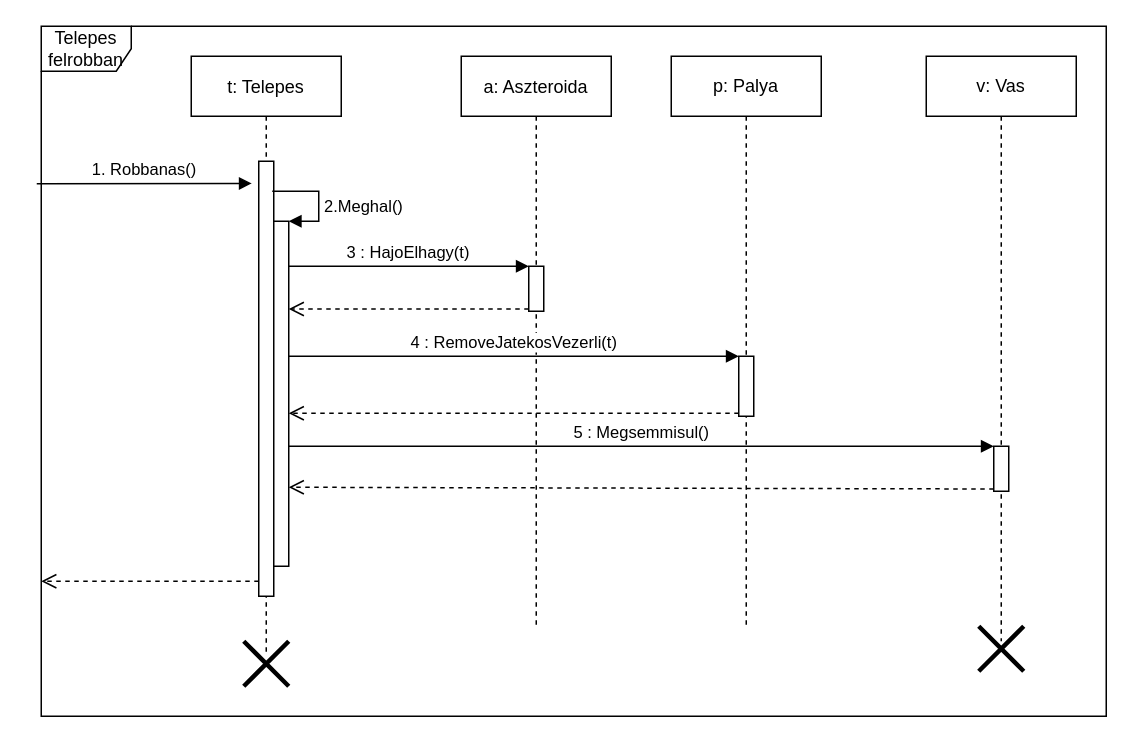
Before: page "telepes robban" (3 of 5) of doc/szekvencia/szek_UranLerak.drawio in torpeBoiGo/aszteroidabanyaszat, a draw.io diagram. Source tidied: cells renumbered, new cells numbered last; positions are measured from the earlier drawing's top-left corner, leaving out a move shared by most shapes. Both pictures are drawn from the tidied source at 150%, with x=0, y=0 at pixel (36, 26).
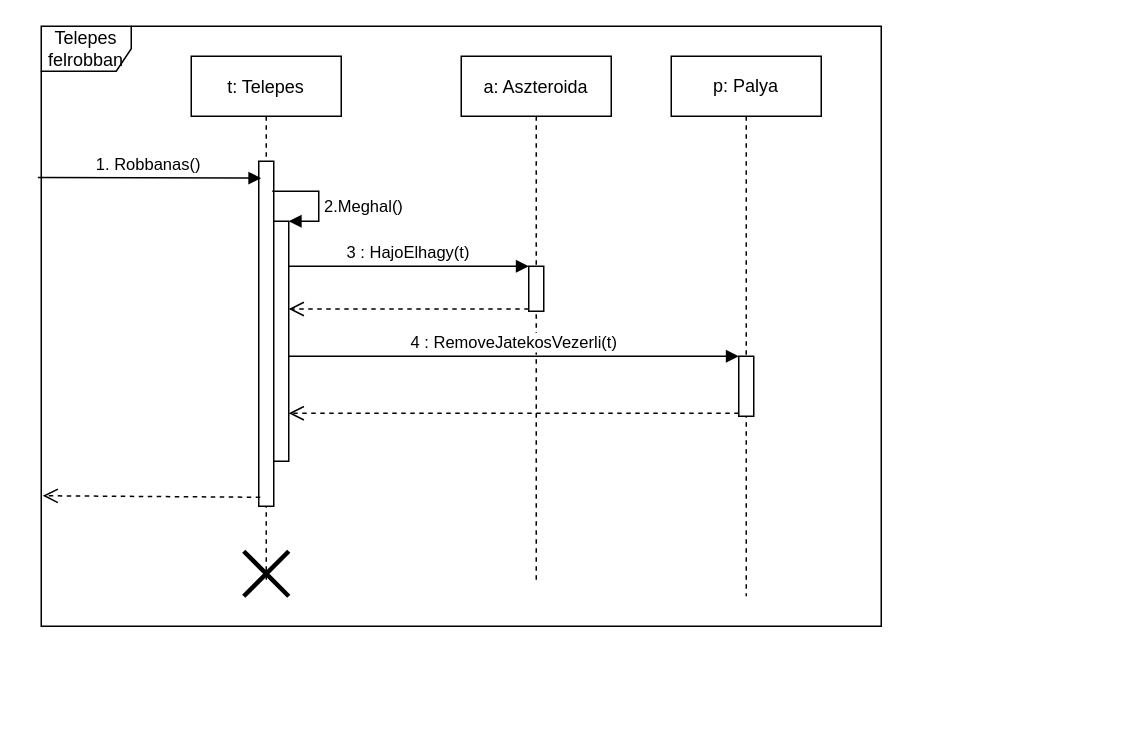
Above is the later version.

The edit, as a diff of the source:
```diff
@@
     <mxCell id="2" value="Telepes felrobban" style="shape=umlFrame;whiteSpace=wrap;html=1;" parent="1" vertex="1">
-      <mxGeometry x="3" width="710" height="460" as="geometry" />
+      <mxGeometry x="3" width="560" height="400" as="geometry" />
     </mxCell>
     <mxCell id="3" value="t: Telepes" style="shape=umlLifeline;perimeter=lifelinePerimeter;rounded=0;shadow=0;strokeWidth=1;" parent="1" vertex="1">
-      <mxGeometry x="103" y="20" width="100" height="400" as="geometry" />
+      <mxGeometry x="103" y="20" width="100" height="350" as="geometry" />
     </mxCell>
     <mxCell id="4" style="points=[];perimeter=orthogonalPerimeter;rounded=0;shadow=0;strokeWidth=1;" parent="3" vertex="1">
-      <mxGeometry x="45" y="70" width="10" height="290" as="geometry" />
+      <mxGeometry x="45" y="70" width="10" height="230" as="geometry" />
     </mxCell>
     <mxCell id="5" style="html=1;points=[];perimeter=orthogonalPerimeter;" parent="3" vertex="1">
-      <mxGeometry x="55" y="110" width="10" height="230" as="geometry" />
+      <mxGeometry x="55" y="110" width="10" height="160" as="geometry" />
     </mxCell>
@@
     <mxCell id="7" value="a: Aszteroida" style="shape=umlLifeline;perimeter=lifelinePerimeter;rounded=0;shadow=0;strokeWidth=1;" parent="1" vertex="1">
-      <mxGeometry x="283" y="20" width="100" height="380" as="geometry" />
+      <mxGeometry x="283" y="20" width="100" height="350" as="geometry" />
     </mxCell>
@@
     <mxCell id="11" value="p: Palya" style="shape=umlLifeline;perimeter=lifelinePerimeter;whiteSpace=wrap;html=1;" parent="1" vertex="1">
-      <mxGeometry x="423" y="20" width="100" height="380" as="geometry" />
+      <mxGeometry x="423" y="20" width="100" height="360" as="geometry" />
     </mxCell>
@@
-    <mxCell id="13" value="v: Vas" style="shape=umlLifeline;perimeter=lifelinePerimeter;whiteSpace=wrap;html=1;" parent="1" vertex="1">
-      <mxGeometry x="593" y="20" width="100" height="390" as="geometry" />
-    </mxCell>
-    <mxCell id="14" style="html=1;points=[];perimeter=orthogonalPerimeter;" parent="13" vertex="1">
-      <mxGeometry x="45" y="260" width="10" height="30" as="geometry" />
-    </mxCell>
-    <mxCell id="15" style="shape=umlDestroy;whiteSpace=wrap;html=1;strokeWidth=3;" parent="13" vertex="1">
-      <mxGeometry x="35" y="380" width="30" height="30" as="geometry" />
-    </mxCell>
@@
-    <mxCell id="18" value="5 : Megsemmisul()" style="html=1;verticalAlign=bottom;endArrow=block;entryX=0;entryY=0;" parent="1" edge="1" target="14">
-      <mxGeometry relative="1" as="geometry">
-        <mxPoint x="168" y="280" as="sourcePoint" />
-      </mxGeometry>
-    </mxCell>
-    <mxCell id="19" style="html=1;verticalAlign=bottom;endArrow=open;dashed=1;endSize=8;exitX=0;exitY=0.95;entryX=1;entryY=0.771;entryDx=0;entryDy=0;entryPerimeter=0;" parent="1" edge="1" source="14" target="5">
-      <mxGeometry relative="1" as="geometry" />
-    </mxCell>
-    <mxCell id="20" style="html=1;verticalAlign=bottom;endArrow=open;dashed=1;endSize=8;" parent="1" edge="1" source="4">
+    <mxCell id="20" style="html=1;verticalAlign=bottom;endArrow=open;dashed=1;endSize=8;exitX=0.1;exitY=0.974;exitDx=0;exitDy=0;exitPerimeter=0;" parent="1" edge="1" source="4">
       <mxGeometry relative="1" as="geometry">
-        <mxPoint x="3" y="370" as="targetPoint" />
-        <Array as="points">
-          <mxPoint x="93" y="370" />
-        </Array>
+        <mxPoint x="4" y="313" as="targetPoint" />
       </mxGeometry>
     </mxCell>
     <mxCell id="21" style="shape=umlDestroy;whiteSpace=wrap;html=1;strokeWidth=3;direction=south;" parent="1" vertex="1">
-      <mxGeometry x="138" y="410" width="30" height="30" as="geometry" />
+      <mxGeometry x="138" y="350" width="30" height="30" as="geometry" />
     </mxCell>
-    <mxCell id="22" value="1. Robbanas()" style="verticalAlign=bottom;startArrow=none;endArrow=block;startSize=8;shadow=0;strokeWidth=1;startFill=0;entryX=-0.467;entryY=0.051;entryDx=0;entryDy=0;entryPerimeter=0;" parent="1" edge="1" target="4">
-      <mxGeometry relative="1" as="geometry">
-        <mxPoint y="105" as="sourcePoint" />
-      </mxGeometry>
+    <mxCell id="22" value="1. Robbanas()" style="verticalAlign=bottom;startArrow=none;endArrow=block;startSize=8;shadow=0;strokeWidth=1;startFill=0;entryX=0.167;entryY=0.049;entryDx=0;entryDy=0;entryPerimeter=0;exitX=-0.004;exitY=0.252;exitDx=0;exitDy=0;exitPerimeter=0;" parent="1" edge="1" source="2" target="4">
+      <mxGeometry relative="1" as="geometry" />
     </mxCell>
```
